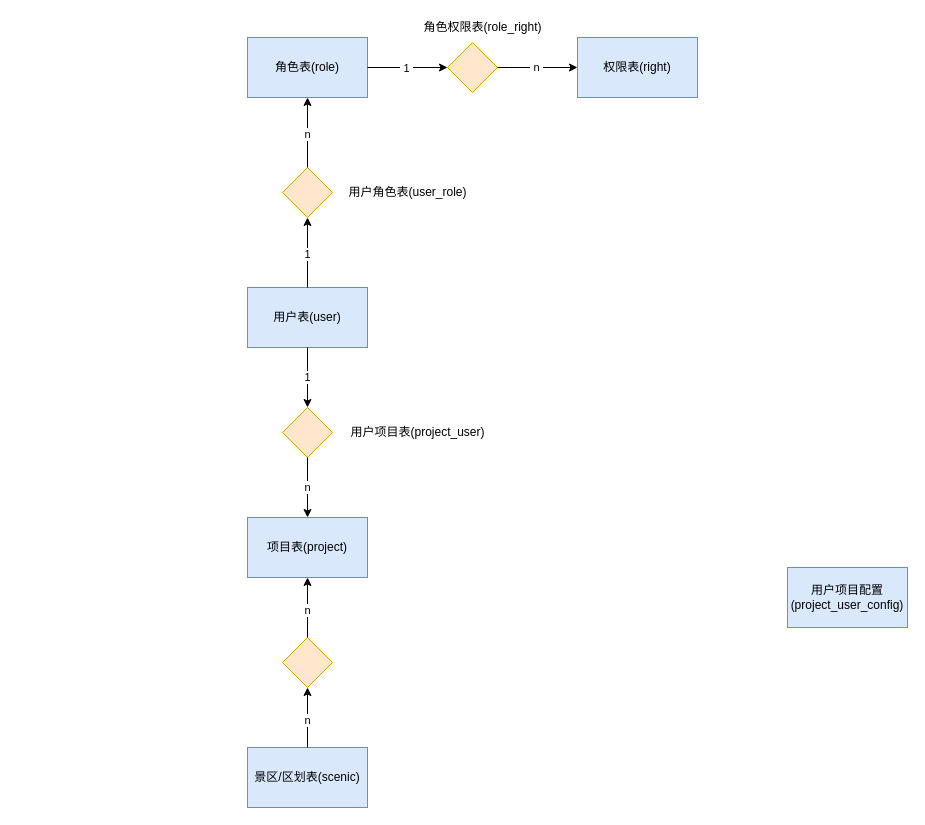
This is 用户管理平台数据E-R图.drawio from lyoo/darwio, a draw.io file, before an edit. Source tidied: cells renumbered, new cells numbered last; positions are measured from the earlier drawing's top-left corner, leaving out a move shared by most shapes. Both pictures are drawn from the tidied source at 100%, with x=0, y=0 at pixel (247, 17).
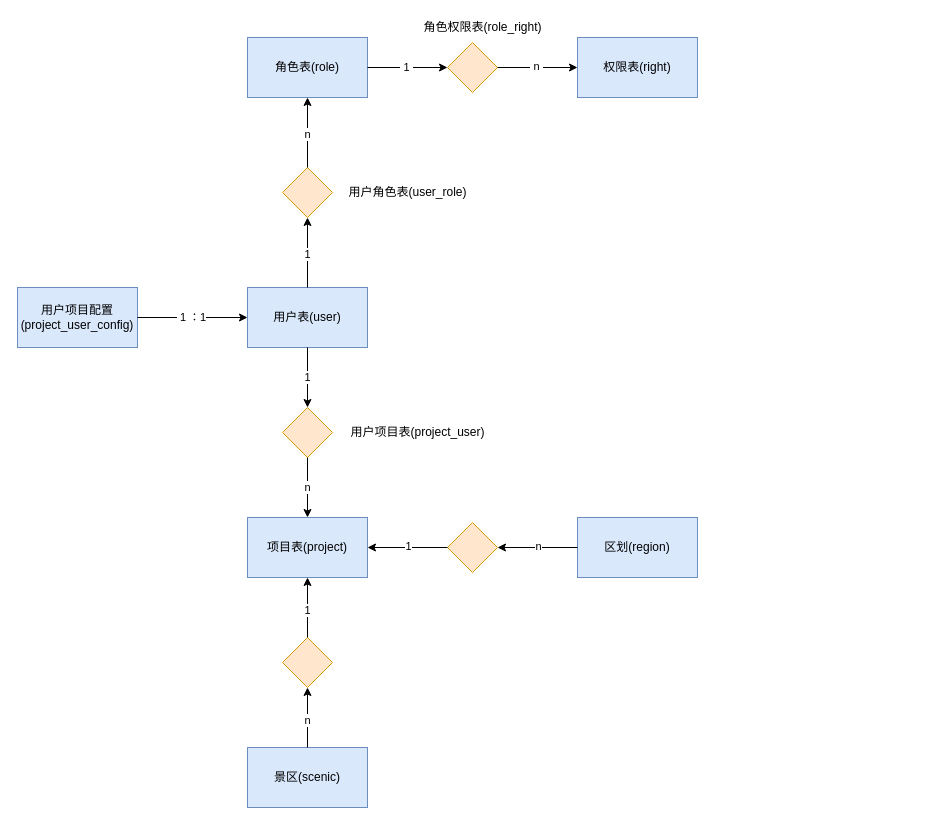
After the change.

Commit message (it also covers changes not shown here):
Update 用户管理平台数据E-R图.drawio

Unchanged cells that the change refers to:
```xml
<mxCell id="2" value="用户表(user)" style="rounded=0;whiteSpace=wrap;html=1;fillColor=#dae8fc;strokeColor=#6c8ebf;" parent="1" vertex="1">
  <mxGeometry y="270" width="120" height="60" as="geometry" />
</mxCell>
<mxCell id="3" value="项目表(project)" style="rounded=0;whiteSpace=wrap;html=1;fillColor=#dae8fc;strokeColor=#6c8ebf;" parent="1" vertex="1">
  <mxGeometry y="500" width="120" height="60" as="geometry" />
</mxCell>
<mxCell id="13" style="endArrow=classic;html=1;exitX=0.5;exitY=0;exitDx=0;exitDy=0;" parent="1" edge="1" source="5" target="3">
  <mxGeometry relative="1" as="geometry" />
</mxCell>
<mxCell id="19" style="endArrow=classic;html=1;exitX=1;exitY=0.5;exitDx=0;exitDy=0;entryX=0;entryY=0.5;entryDx=0;entryDy=0;" parent="1" edge="1" source="17" target="21">
  <mxGeometry relative="1" as="geometry" />
</mxCell>
<mxCell id="22" style="endArrow=classic;html=1;exitX=1;exitY=0.5;exitDx=0;exitDy=0;entryX=0;entryY=0.5;entryDx=0;entryDy=0;" parent="1" edge="1" source="21" target="18">
  <mxGeometry relative="1" as="geometry" />
</mxCell>
```

Diff of the diagram source:
```diff
@@
-    <mxCell id="4" value="景区/区划表(scenic)" style="rounded=0;whiteSpace=wrap;html=1;fillColor=#dae8fc;strokeColor=#6c8ebf;" parent="1" vertex="1">
+    <mxCell id="4" value="景区(scenic)" style="rounded=0;whiteSpace=wrap;html=1;fillColor=#dae8fc;strokeColor=#6c8ebf;" parent="1" vertex="1">
       <mxGeometry y="730" width="120" height="60" as="geometry" />
     </mxCell>
@@
     <mxCell id="6" value="用户项目配置(project_user_config)" style="rounded=0;whiteSpace=wrap;html=1;fillColor=#dae8fc;strokeColor=#6c8ebf;" parent="1" vertex="1">
-      <mxGeometry x="540" y="550" width="120" height="60" as="geometry" />
+      <mxGeometry x="-230" y="270" width="120" height="60" as="geometry" />
     </mxCell>
@@
-    <mxCell id="14" value="n" style="edgeLabel;html=1;align=center;verticalAlign=middle;" parent="13" vertex="1">
+    <mxCell id="14" value="1" style="edgeLabel;html=1;align=center;verticalAlign=middle;" parent="13" vertex="1">
       <mxGeometry x="-0.07" y="-2" relative="1" as="geometry">
         <mxPoint x="-3" as="offset" />
       </mxGeometry>
     </mxCell>
@@
     <mxCell id="20" value="&amp;nbsp;1&amp;nbsp;" style="edgeLabel;html=1;align=center;verticalAlign=middle;" parent="19" vertex="1">
       <mxGeometry x="-0.04" y="-1" relative="1" as="geometry">
-        <mxPoint y="-1" as="offset" />
+        <mxPoint y="-2" as="offset" />
       </mxGeometry>
     </mxCell>
@@
     <mxCell id="23" value="&amp;nbsp;n&amp;nbsp;" style="edgeLabel;html=1;align=center;verticalAlign=middle;" parent="22" vertex="1">
       <mxGeometry x="-0.04" y="-1" relative="1" as="geometry">
-        <mxPoint y="-2" as="offset" />
+        <mxPoint y="-3" as="offset" />
       </mxGeometry>
     </mxCell>
@@
+    <mxCell id="31" value="区划(region)" style="rounded=0;whiteSpace=wrap;html=1;fillColor=#dae8fc;strokeColor=#6c8ebf;" parent="1" vertex="1">
+      <mxGeometry x="330" y="500" width="120" height="60" as="geometry" />
+    </mxCell>
+    <mxCell id="32" style="rhombus;whiteSpace=wrap;html=1;fillColor=#ffe6cc;strokeColor=#d79b00;" parent="1" vertex="1">
+      <mxGeometry x="200" y="505" width="50" height="50" as="geometry" />
+    </mxCell>
+    <mxCell id="33" style="endArrow=classic;html=1;exitX=0;exitY=0.5;exitDx=0;exitDy=0;entryX=1;entryY=0.5;entryDx=0;entryDy=0;" parent="1" edge="1" source="32" target="3">
+      <mxGeometry relative="1" as="geometry" />
+    </mxCell>
+    <mxCell id="34" value="1" style="edgeLabel;html=1;align=center;verticalAlign=middle;" parent="33" vertex="1">
+      <mxGeometry x="-0.07" y="-2" relative="1" as="geometry">
+        <mxPoint x="-3" as="offset" />
+      </mxGeometry>
+    </mxCell>
+    <mxCell id="35" style="endArrow=classic;html=1;exitX=0;exitY=0.5;exitDx=0;exitDy=0;entryX=1;entryY=0.5;entryDx=0;entryDy=0;" parent="1" edge="1" source="31" target="32">
+      <mxGeometry relative="1" as="geometry" />
+    </mxCell>
+    <mxCell id="36" value="n" style="edgeLabel;html=1;align=center;verticalAlign=middle;" parent="35" vertex="1">
+      <mxGeometry x="-0.07" y="-2" relative="1" as="geometry">
+        <mxPoint x="-3" as="offset" />
+      </mxGeometry>
+    </mxCell>
+    <mxCell id="37" style="endArrow=classic;html=1;exitX=1;exitY=0.5;exitDx=0;exitDy=0;entryX=0;entryY=0.5;entryDx=0;entryDy=0;" parent="1" edge="1" source="6" target="2">
+      <mxGeometry relative="1" as="geometry" />
+    </mxCell>
+    <mxCell id="38" value="&amp;nbsp;1 ：1" style="edgeLabel;html=1;align=center;verticalAlign=middle;" parent="37" vertex="1">
+      <mxGeometry x="-0.04" y="-1" relative="1" as="geometry">
+        <mxPoint y="-2" as="offset" />
+      </mxGeometry>
+    </mxCell>
```
